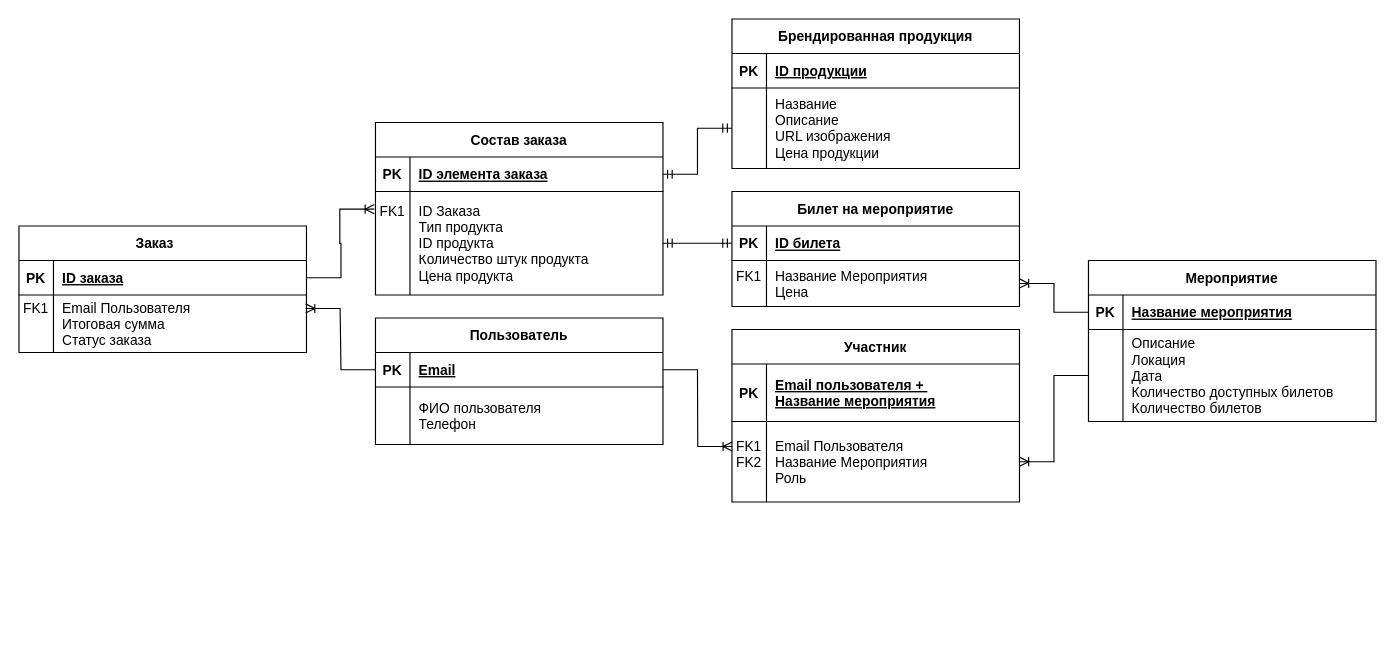
softqwak/ud keeps this draw.io diagram as martin.drawio. Above is the earlier version. Source tidied: cells renumbered, new cells numbered last; positions are measured from the earlier drawing's top-left corner, leaving out a move shared by most shapes. Both pictures are drawn from the tidied source at 115%, with x=0, y=0 at pixel (18, 18).
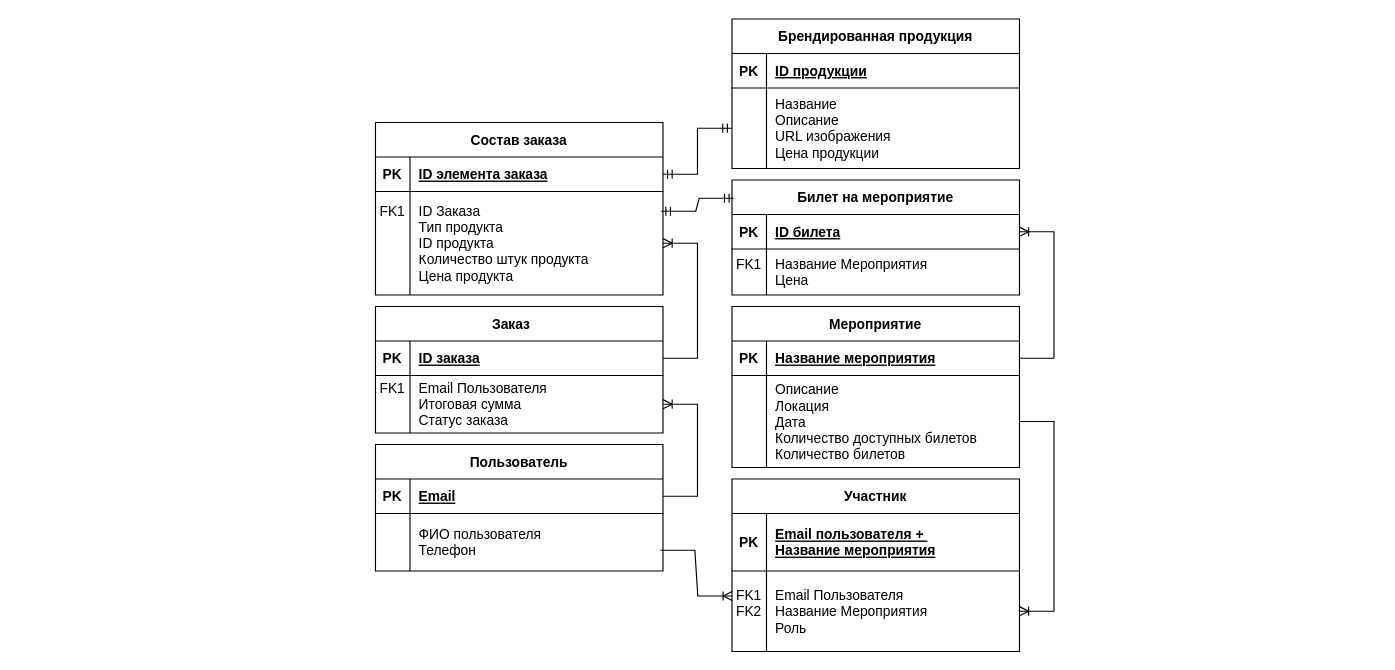
Above is the later version.

The change refers to these unchanged cells:
```xml
<mxCell id="3" style="shape=partialRectangle;fillColor=none;points=[[0,0.5],[1,0.5]];portConstraint=eastwest;top=0;left=0;right=0;bottom=1;" parent="2" vertex="1">
  <mxGeometry y="30" width="250" height="30" as="geometry" />
</mxCell>
<mxCell id="6" style="shape=partialRectangle;fillColor=none;points=[[0,0.5],[1,0.5]];portConstraint=eastwest;top=0;left=0;right=0;bottom=0;" parent="2" vertex="1">
  <mxGeometry y="60" width="250" height="50" as="geometry" />
</mxCell>
<mxCell id="13" style="shape=partialRectangle;fillColor=none;points=[[0,0.5],[1,0.5]];portConstraint=eastwest;top=0;left=0;right=0;bottom=0;" parent="9" vertex="1">
  <mxGeometry y="80" width="250" height="70" as="geometry" />
</mxCell>
<mxCell id="17" style="shape=partialRectangle;fillColor=none;points=[[0,0.5],[1,0.5]];portConstraint=eastwest;top=0;left=0;right=0;bottom=1;" parent="16" vertex="1">
  <mxGeometry y="30" width="250" height="30" as="geometry" />
</mxCell>
<mxCell id="20" style="shape=partialRectangle;fillColor=none;points=[[0,0.5],[1,0.5]];portConstraint=eastwest;top=0;left=0;right=0;bottom=0;" parent="16" vertex="1">
  <mxGeometry y="60" width="250" height="80" as="geometry" />
</mxCell>
<mxCell id="24" style="shape=partialRectangle;fillColor=none;points=[[0,0.5],[1,0.5]];portConstraint=eastwest;top=0;left=0;right=0;bottom=1;" parent="23" vertex="1">
  <mxGeometry y="30" width="250" height="30" as="geometry" />
</mxCell>
<mxCell id="27" style="shape=partialRectangle;fillColor=none;points=[[0,0.5],[1,0.5]];portConstraint=eastwest;top=0;left=0;right=0;bottom=0;" parent="23" vertex="1">
  <mxGeometry y="60" width="250" height="50" as="geometry" />
</mxCell>
<mxCell id="34" style="shape=partialRectangle;fillColor=none;points=[[0,0.5],[1,0.5]];portConstraint=eastwest;top=0;left=0;right=0;bottom=0;" parent="30" vertex="1">
  <mxGeometry y="60" width="250" height="90" as="geometry" />
</mxCell>
<mxCell id="45" style="shape=partialRectangle;fillColor=none;points=[[0,0.5],[1,0.5]];portConstraint=eastwest;top=0;left=0;right=0;bottom=1;" parent="44" vertex="1">
  <mxGeometry y="30" width="250" height="30" as="geometry" />
</mxCell>
<mxCell id="48" style="shape=partialRectangle;fillColor=none;points=[[0,0.5],[1,0.5]];portConstraint=eastwest;top=0;left=0;right=0;bottom=0;" parent="44" vertex="1">
  <mxGeometry y="60" width="250" height="40" as="geometry" />
</mxCell>
```

Diff of the diagram source:
```diff
@@
     <mxCell id="2" value="Пользователь" style="shape=table;startSize=30;childLayout=tableLayout;rowLines=0;fontStyle=1;align=center;" parent="1" vertex="1">
-      <mxGeometry x="310" y="260" width="250" height="110" as="geometry" />
+      <mxGeometry x="310" y="370" width="250" height="110" as="geometry" />
     </mxCell>
@@
     <mxCell id="9" value="Участник" style="shape=table;startSize=30;childLayout=tableLayout;rowLines=0;fontStyle=1;align=center;" parent="1" vertex="1">
-      <mxGeometry x="620" y="270" width="250" height="150" as="geometry" />
+      <mxGeometry x="620" y="400" width="250" height="150" as="geometry" />
     </mxCell>
@@
     <mxCell id="16" value="Мероприятие" style="shape=table;startSize=30;childLayout=tableLayout;rowLines=0;fontStyle=1;align=center;" parent="1" vertex="1">
-      <mxGeometry x="930" y="210" width="250" height="140" as="geometry" />
+      <mxGeometry x="620" y="250" width="250" height="140" as="geometry" />
     </mxCell>
@@
     <mxCell id="23" value="Заказ    " style="shape=table;startSize=30;childLayout=tableLayout;rowLines=0;fontStyle=1;align=center;" parent="1" vertex="1">
-      <mxGeometry y="180" width="250" height="110" as="geometry" />
+      <mxGeometry x="310" y="250" width="250" height="110" as="geometry" />
     </mxCell>
@@
     <mxCell id="44" value="Билет на мероприятие" style="shape=table;startSize=30;childLayout=tableLayout;rowLines=0;fontStyle=1;align=center;" parent="1" vertex="1">
-      <mxGeometry x="620" y="150" width="250" height="100" as="geometry" />
+      <mxGeometry x="620" y="140" width="250" height="100" as="geometry" />
     </mxCell>
@@
-    <mxCell id="51" style="edgeStyle=entityRelationEdgeStyle;fontSize=12;html=1;endArrow=ERoneToMany;rounded=0;entryX=0.001;entryY=0.311;entryDx=0;entryDy=0;entryPerimeter=0;exitX=1;exitY=0.5;exitDx=0;exitDy=0;" parent="1" edge="1" source="3" target="13">
+    <mxCell id="51" style="edgeStyle=entityRelationEdgeStyle;fontSize=12;html=1;endArrow=ERoneToMany;rounded=0;entryX=0.001;entryY=0.311;entryDx=0;entryDy=0;entryPerimeter=0;exitX=0.991;exitY=0.64;exitDx=0;exitDy=0;exitPerimeter=0;" parent="1" edge="1" source="6" target="13">
       <mxGeometry relative="1" as="geometry" />
     </mxCell>
-    <mxCell id="52" style="edgeStyle=entityRelationEdgeStyle;fontSize=12;html=1;endArrow=ERoneToMany;rounded=0;exitX=0;exitY=0.5;exitDx=0;exitDy=0;entryX=0.997;entryY=0.235;entryDx=0;entryDy=0;entryPerimeter=0;" parent="1" edge="1" source="3" target="27">
+    <mxCell id="52" style="edgeStyle=entityRelationEdgeStyle;fontSize=12;html=1;endArrow=ERoneToMany;rounded=0;entryX=1;entryY=0.5;entryDx=0;entryDy=0;exitX=1;exitY=0.5;exitDx=0;exitDy=0;" parent="1" edge="1" source="3" target="27">
       <mxGeometry relative="1" as="geometry" />
     </mxCell>
-    <mxCell id="53" style="edgeStyle=entityRelationEdgeStyle;fontSize=12;html=1;endArrow=ERoneToMany;rounded=0;exitX=1;exitY=0.5;exitDx=0;exitDy=0;entryX=-0.004;entryY=0.171;entryDx=0;entryDy=0;entryPerimeter=0;" parent="1" edge="1" source="24" target="34">
-      <mxGeometry relative="1" as="geometry" />
-    </mxCell>
@@
-    <mxCell id="55" style="edgeStyle=entityRelationEdgeStyle;fontSize=12;html=1;endArrow=ERmandOne;startArrow=ERmandOne;rounded=0;entryX=0;entryY=0.5;entryDx=0;entryDy=0;exitX=1;exitY=0.5;exitDx=0;exitDy=0;" parent="1" edge="1" source="34" target="45">
+    <mxCell id="55" style="edgeStyle=entityRelationEdgeStyle;fontSize=12;html=1;endArrow=ERmandOne;startArrow=ERmandOne;rounded=0;entryX=0.006;entryY=0.159;entryDx=0;entryDy=0;exitX=0.994;exitY=0.191;exitDx=0;exitDy=0;exitPerimeter=0;entryPerimeter=0;" parent="1" edge="1" source="34" target="44">
       <mxGeometry relative="1" as="geometry" />
     </mxCell>
-    <mxCell id="56" style="edgeStyle=entityRelationEdgeStyle;fontSize=12;html=1;endArrow=ERoneToMany;rounded=0;entryX=1;entryY=0.5;entryDx=0;entryDy=0;exitX=0;exitY=0.5;exitDx=0;exitDy=0;" parent="1" edge="1" source="20" target="13">
+    <mxCell id="56" style="edgeStyle=entityRelationEdgeStyle;fontSize=12;html=1;endArrow=ERoneToMany;rounded=0;entryX=1;entryY=0.5;entryDx=0;entryDy=0;exitX=1;exitY=0.5;exitDx=0;exitDy=0;" parent="1" edge="1" source="20" target="13">
       <mxGeometry relative="1" as="geometry" />
     </mxCell>
-    <mxCell id="57" style="edgeStyle=entityRelationEdgeStyle;fontSize=12;html=1;endArrow=ERoneToMany;rounded=0;exitX=0;exitY=0.5;exitDx=0;exitDy=0;entryX=1;entryY=0.5;entryDx=0;entryDy=0;" parent="1" edge="1" source="17" target="48">
+    <mxCell id="57" style="edgeStyle=entityRelationEdgeStyle;fontSize=12;html=1;endArrow=ERoneToMany;rounded=0;exitX=1;exitY=0.5;exitDx=0;exitDy=0;entryX=1;entryY=0.5;entryDx=0;entryDy=0;" parent="1" edge="1" source="17" target="45">
       <mxGeometry relative="1" as="geometry" />
     </mxCell>
+    <mxCell id="53" style="edgeStyle=entityRelationEdgeStyle;fontSize=12;html=1;endArrow=ERoneToMany;rounded=0;exitX=1;exitY=0.5;exitDx=0;exitDy=0;" parent="1" edge="1" source="24" target="34">
+      <mxGeometry relative="1" as="geometry" />
+    </mxCell>
```
